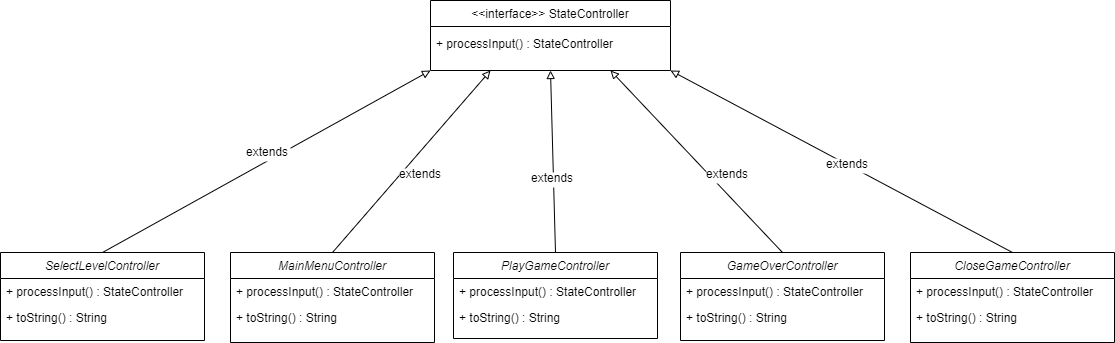
This is docs/state.png from ricardofdc/LPOO_19-20, a draw.io export, as it was before one commit. Source tidied: cells renumbered, new cells last; positions are measured from the earlier drawing's top-left corner, leaving out a move shared by most shapes.
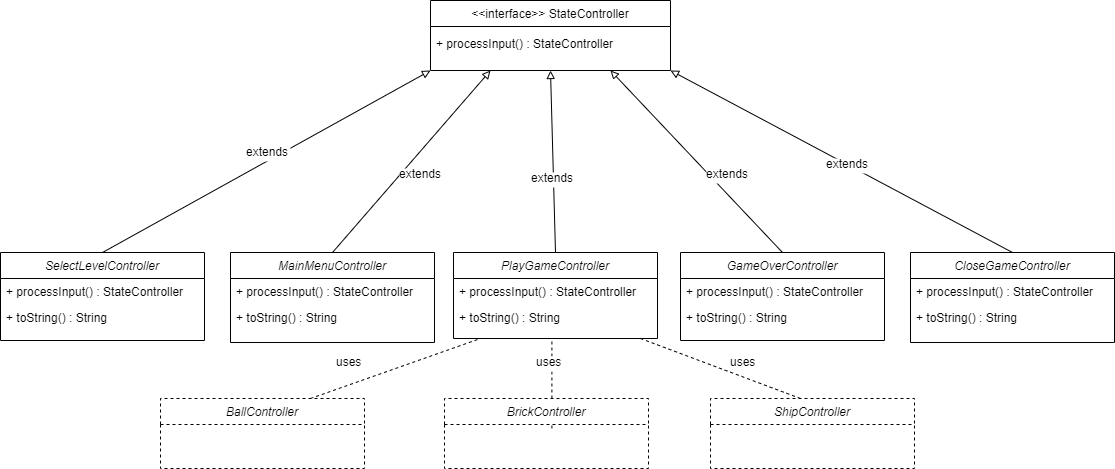
Above is the later version.

Change to the diagram source:
```diff
@@ -89,5 +89,41 @@
     <mxCell id="29" value="&lt;&lt;interface&gt;&gt; StateController" style="swimlane;fontStyle=0;align=center;verticalAlign=top;horizontal=1;startSize=26;rounded=0;shadow=0;strokeWidth=1;" parent="1" vertex="1">
       <mxGeometry x="430" width="240" height="70" as="geometry" />
     </mxCell>
+    <mxCell id="30" style="endArrow=none;dashed=1;html=1;" parent="1" edge="1">
+      <mxGeometry relative="1" as="geometry">
+        <mxPoint x="310" y="398" as="sourcePoint" />
+        <mxPoint x="480" y="338" as="targetPoint" />
+      </mxGeometry>
+    </mxCell>
+    <mxCell id="31" style="endArrow=none;dashed=1;html=1;" parent="1" edge="1">
+      <mxGeometry relative="1" as="geometry">
+        <mxPoint x="551.4" y="428" as="sourcePoint" />
+        <mxPoint x="551.4" y="338" as="targetPoint" />
+      </mxGeometry>
+    </mxCell>
+    <mxCell id="32" style="endArrow=none;dashed=1;html=1;" parent="1" edge="1">
+      <mxGeometry relative="1" as="geometry">
+        <mxPoint x="800" y="398" as="sourcePoint" />
+        <mxPoint x="640" y="338" as="targetPoint" />
+      </mxGeometry>
+    </mxCell>
+    <mxCell id="33" value="uses" style="text;align=left;verticalAlign=top;spacingLeft=4;spacingRight=4;overflow=hidden;" parent="1" vertex="1">
+      <mxGeometry x="724" y="348" width="204" height="26" as="geometry" />
+    </mxCell>
+    <mxCell id="34" value="uses" style="text;align=left;verticalAlign=top;spacingLeft=4;spacingRight=4;overflow=hidden;labelBackgroundColor=#ffffff;" parent="1" vertex="1">
+      <mxGeometry x="530" y="348" width="204" height="26" as="geometry" />
+    </mxCell>
+    <mxCell id="35" value="uses" style="text;align=left;verticalAlign=top;spacingLeft=4;spacingRight=4;overflow=hidden;" parent="1" vertex="1">
+      <mxGeometry x="330" y="348" width="186" height="26" as="geometry" />
+    </mxCell>
+    <mxCell id="36" value="BallController" style="swimlane;fontStyle=2;align=center;verticalAlign=top;horizontal=1;startSize=26;rounded=0;shadow=0;strokeWidth=1;dashed=1;" parent="1" vertex="1">
+      <mxGeometry x="160" y="398" width="204" height="70" as="geometry" />
+    </mxCell>
+    <mxCell id="37" value="BrickController" style="swimlane;fontStyle=2;align=center;verticalAlign=top;horizontal=1;startSize=26;rounded=0;shadow=0;strokeWidth=1;dashed=1;" parent="1" vertex="1">
+      <mxGeometry x="444" y="398" width="204" height="70" as="geometry" />
+    </mxCell>
+    <mxCell id="38" value="ShipController" style="swimlane;fontStyle=2;align=center;verticalAlign=top;horizontal=1;startSize=26;rounded=0;shadow=0;strokeWidth=1;dashed=1;" parent="1" vertex="1">
+      <mxGeometry x="710" y="398" width="204" height="70" as="geometry" />
+    </mxCell>
   </root>
 </mxGraphModel>
```
